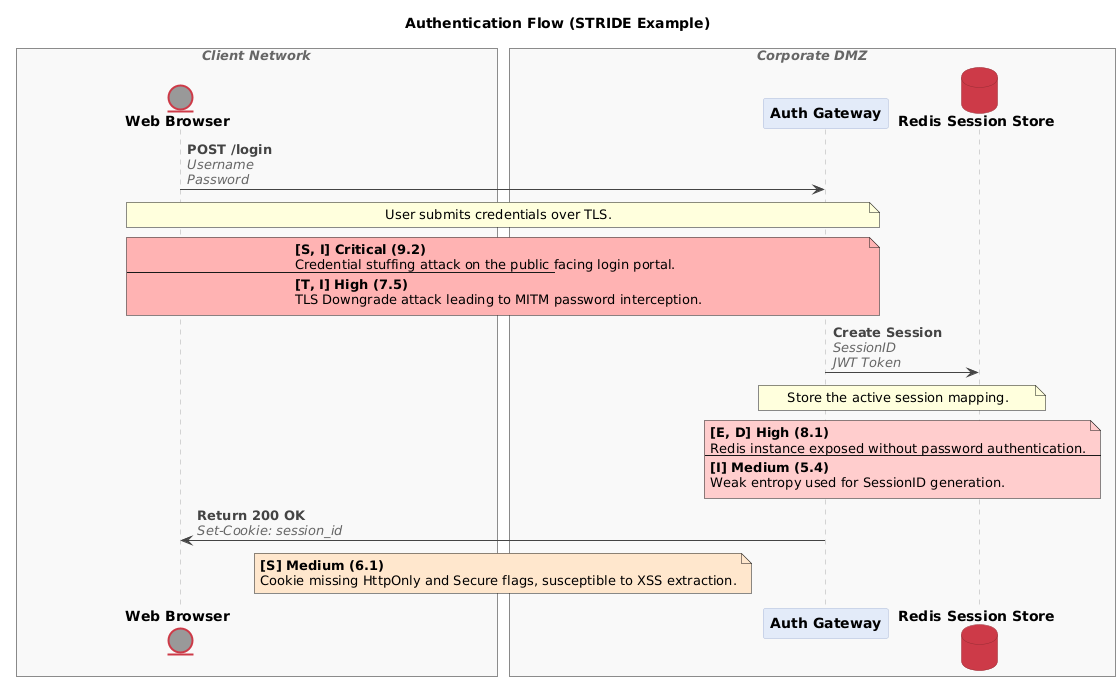
This is examples/stride-seq.png from 27escape/dataflow, a PlantUML export, as it was before one commit. Its diagram source:
```plantuml
@startuml
skinparam shadowing false
skinparam defaultFontName sans-serif
skinparam participantBackgroundColor #E2EAF9
skinparam participantBorderColor #A9B8D6
skinparam databaseBackgroundColor #CD3B48
skinparam databaseBorderColor #982C35
skinparam entityBackgroundColor #989898
skinparam entityBorderColor #CD3B48
skinparam SequenceEntityBorderColor #CD3B48
skinparam entityBorderThickness 2
skinparam sequenceLifeLineBorderColor #AAAAAA
skinparam sequenceArrowColor #444444
title Authentication Flow (STRIDE Example)
  box "<color:#666666><i>Client Network</i></color>" #F9F9F9
  entity "**Web Browser**" as browser
  end box
  box "<color:#666666><i>Corporate DMZ</i></color>" #F9F9F9
  participant "**Auth Gateway**" as auth_gateway
  database "**Redis Session Store**" as session_store
  end box
  browser -> auth_gateway: **<color:#444444>POST /login</color>**\n//<color:#666666>Username</color>//\n//<color:#666666>Password</color>//
  note over browser,auth_gateway: User submits credentials over TLS.
  note over browser,auth_gateway #FFB3B3: **[S, I] Critical (9.2)**\nCredential stuffing attack on the public facing login portal.\n---\n**[T, I] High (7.5)**\nTLS Downgrade attack leading to MITM password interception.
  auth_gateway -> session_store: **<color:#444444>Create Session</color>**\n//<color:#666666>SessionID</color>//\n//<color:#666666>JWT Token</color>//
  note over auth_gateway,session_store: Store the active session mapping.
  note over auth_gateway,session_store #FFCCCC: **[E, D] High (8.1)**\nRedis instance exposed without password authentication.\n---\n**[I] Medium (5.4)**\nWeak entropy used for SessionID generation.
  auth_gateway -> browser: **<color:#444444>Return 200 OK</color>**\n//<color:#666666>Set-Cookie: session_id</color>//
  note over auth_gateway,browser #FFE6CC: **[S] Medium (6.1)**\nCookie missing HttpOnly and Secure flags, susceptible to XSS extraction.
@enduml
```
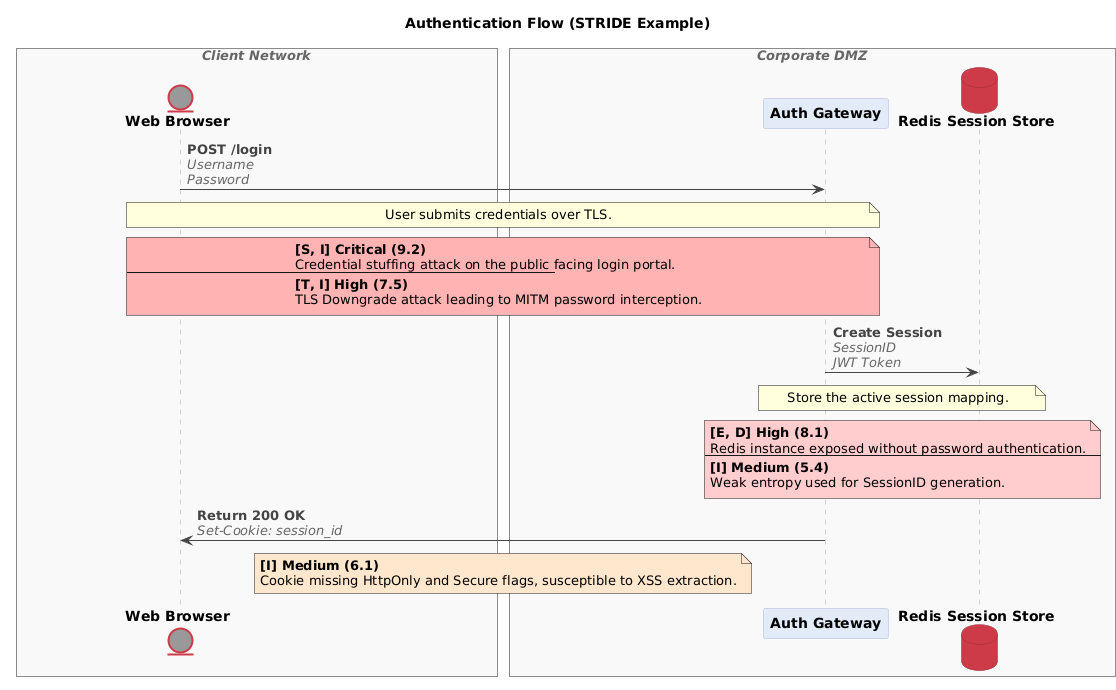
After the change.

What changed in the source:
```diff
@@ -13,18 +13,18 @@
 skinparam sequenceArrowColor #444444
 title Authentication Flow (STRIDE Example)
   box "<color:#666666><i>Client Network</i></color>" #F9F9F9
-  entity "**Web Browser**" as browser
+  entity "**Web Browser**" as n_browser
   end box
   box "<color:#666666><i>Corporate DMZ</i></color>" #F9F9F9
-  participant "**Auth Gateway**" as auth_gateway
-  database "**Redis Session Store**" as session_store
+  participant "**Auth Gateway**" as n_auth_gateway
+  database "**Redis Session Store**" as n_session_store
   end box
-  browser -> auth_gateway: **<color:#444444>POST /login</color>**\n//<color:#666666>Username</color>//\n//<color:#666666>Password</color>//
-  note over browser,auth_gateway: User submits credentials over TLS.
-  note over browser,auth_gateway #FFB3B3: **[S, I] Critical (9.2)**\nCredential stuffing attack on the public facing login portal.\n---\n**[T, I] High (7.5)**\nTLS Downgrade attack leading to MITM password interception.
-  auth_gateway -> session_store: **<color:#444444>Create Session</color>**\n//<color:#666666>SessionID</color>//\n//<color:#666666>JWT Token</color>//
-  note over auth_gateway,session_store: Store the active session mapping.
-  note over auth_gateway,session_store #FFCCCC: **[E, D] High (8.1)**\nRedis instance exposed without password authentication.\n---\n**[I] Medium (5.4)**\nWeak entropy used for SessionID generation.
-  auth_gateway -> browser: **<color:#444444>Return 200 OK</color>**\n//<color:#666666>Set-Cookie: session_id</color>//
-  note over auth_gateway,browser #FFE6CC: **[S] Medium (6.1)**\nCookie missing HttpOnly and Secure flags, susceptible to XSS extraction.
+  n_browser -> n_auth_gateway: **<color:#444444>POST /login</color>**\n//<color:#666666>Username</color>//\n//<color:#666666>Password</color>//
+  note over n_browser,n_auth_gateway: User submits credentials over TLS.
+  note over n_browser,n_auth_gateway #FFB3B3: **[S, I] Critical (9.2)**\nCredential stuffing attack on the public facing login portal.\n---\n**[T, I] High (7.5)**\nTLS Downgrade attack leading to MITM password interception.
+  n_auth_gateway -> n_session_store: **<color:#444444>Create Session</color>**\n//<color:#666666>SessionID</color>//\n//<color:#666666>JWT Token</color>//
+  note over n_auth_gateway,n_session_store: Store the active session mapping.
+  note over n_auth_gateway,n_session_store #FFCCCC: **[E, D] High (8.1)**\nRedis instance exposed without password authentication.\n---\n**[I] Medium (5.4)**\nWeak entropy used for SessionID generation.
+  n_auth_gateway -> n_browser: **<color:#444444>Return 200 OK</color>**\n//<color:#666666>Set-Cookie: session_id</color>//
+  note over n_auth_gateway,n_browser #FFE6CC: **[I] Medium (6.1)**\nCookie missing HttpOnly and Secure flags, susceptible to XSS extraction.
 @enduml
```
